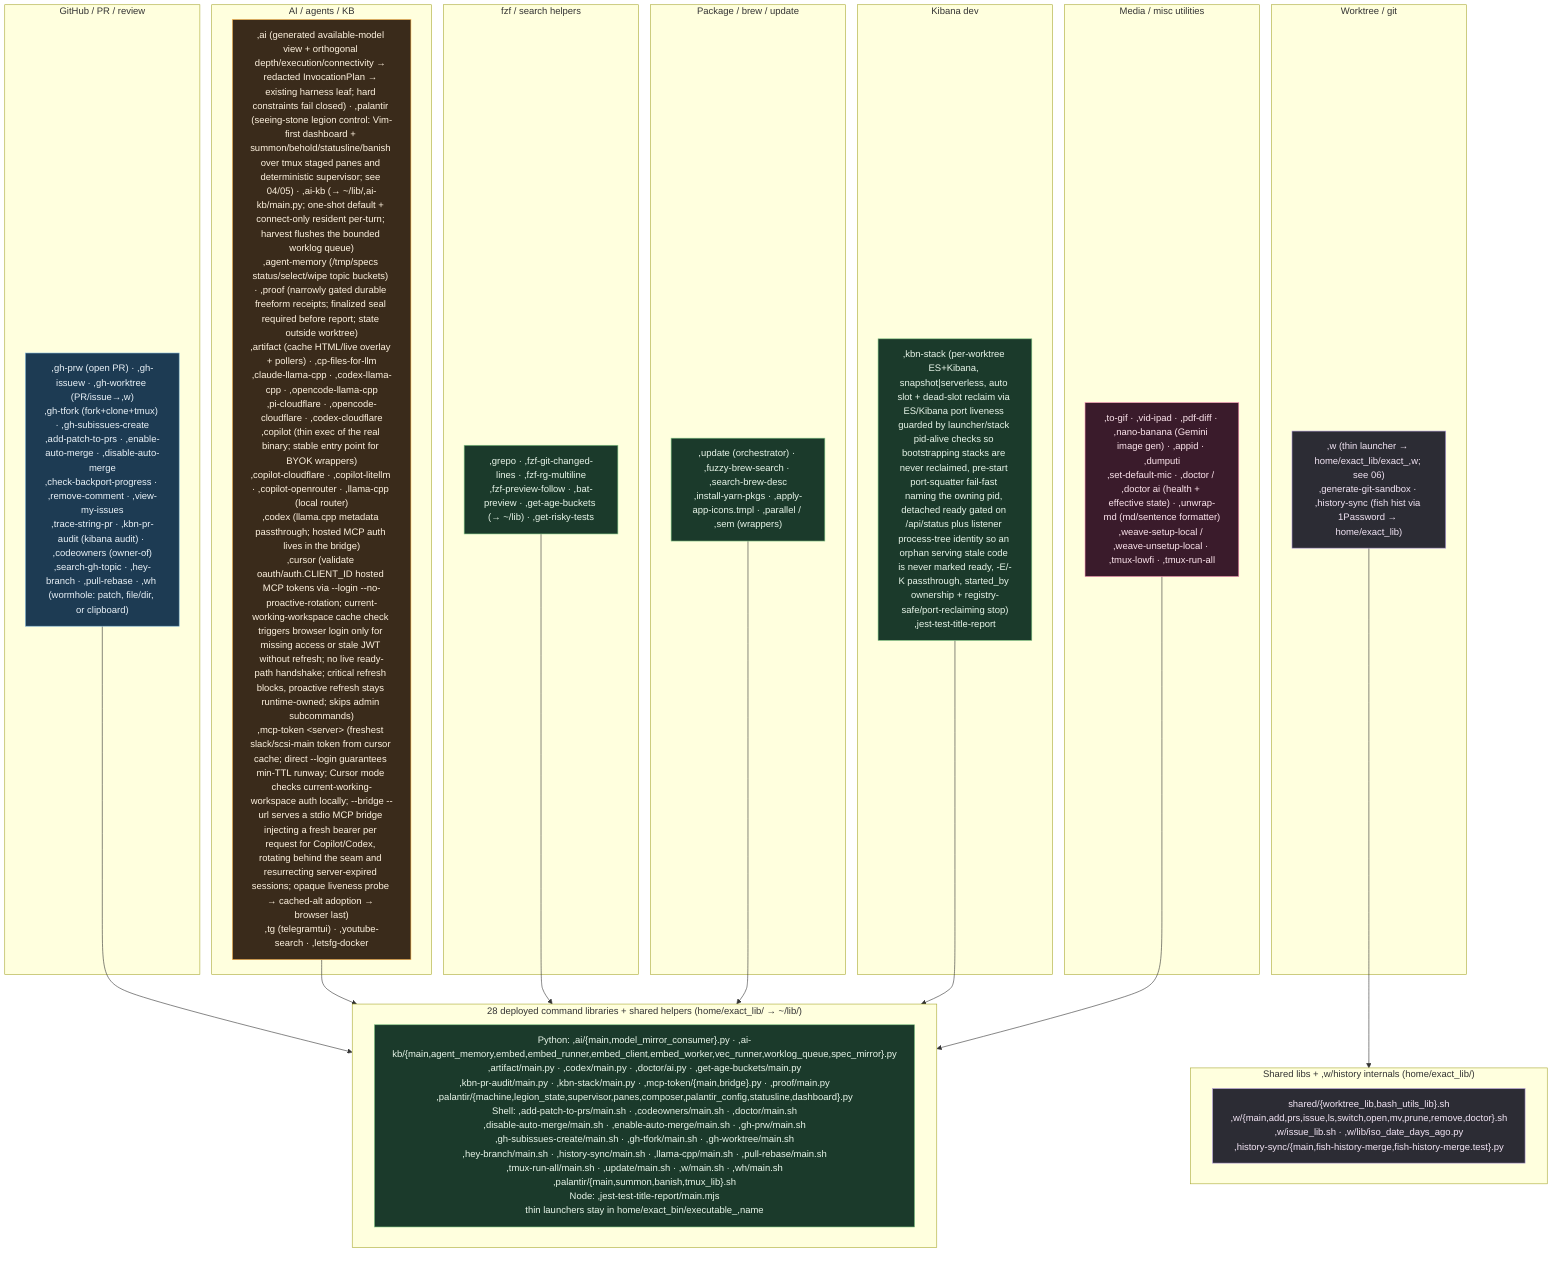
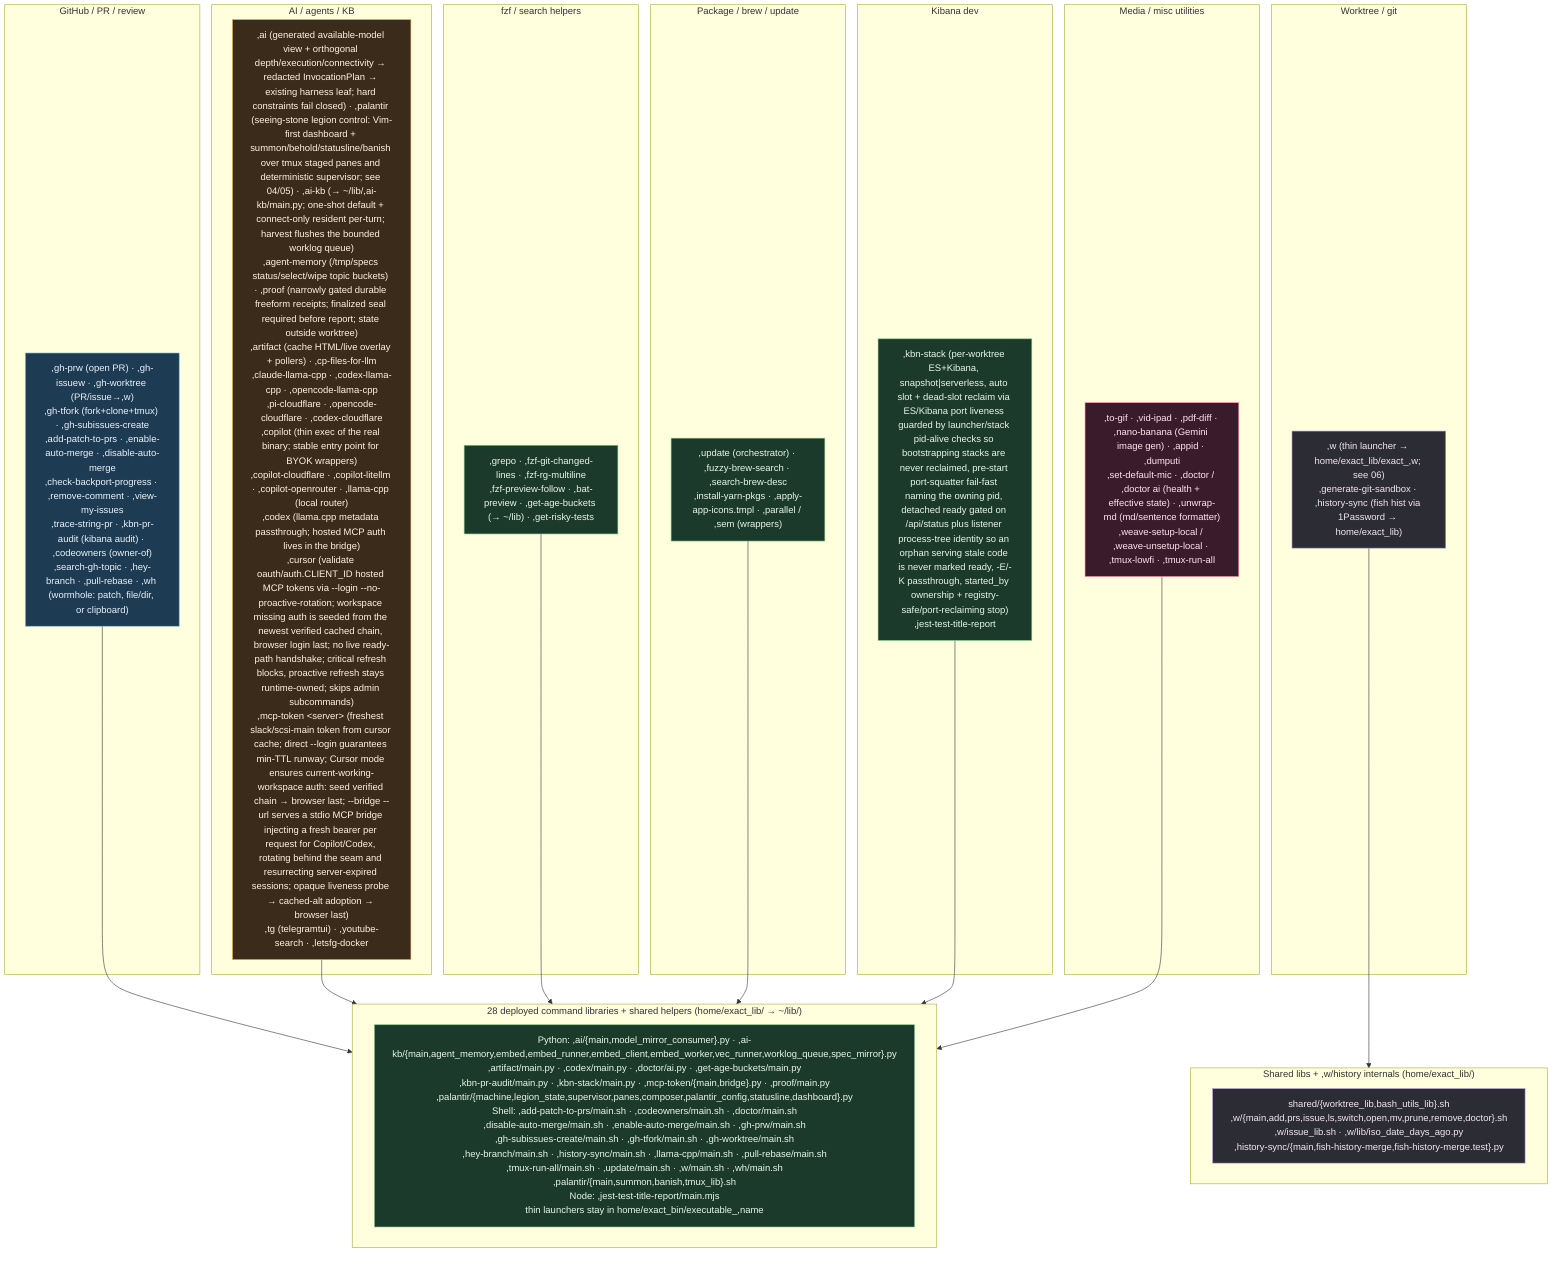
%% ============================================================================
%% 07c-bin-commands.mmd — Every thin command in home/exact_bin/ (74 thin commands)
%% plus deployed internals in home/exact_lib/ (66 command/shared library files).
%% executable_,* → ~/bin/,* (comma-prefixed user commands); home/exact_lib/exact_,name/
%% → ~/lib/,name/. verify-bin-surface keeps each command covered by fish
%% completions, docs, catalog, and non-orphaned command libraries.
%% ============================================================================
flowchart TB
    classDef gh fill:#1d3b53,stroke:#7fb3d5,color:#eaf2f8;
    classDef wt fill:#2c2c34,stroke:#b39ddb,color:#f3e5f5;
    classDef ai fill:#3a2b1b,stroke:#ffb74d,color:#fff3e0;
    classDef media fill:#3a1b2b,stroke:#f48fb1,color:#fce4ec;
    classDef sys fill:#1b3a2b,stroke:#81c784,color:#e8f5e9;

    subgraph GHC["GitHub / PR / review"]
        G[",gh-prw (open PR) · ,gh-issuew · ,gh-worktree (PR/issue→,w)<br/>,gh-tfork (fork+clone+tmux) · ,gh-subissues-create<br/>,add-patch-to-prs · ,enable-auto-merge · ,disable-auto-merge<br/>,check-backport-progress · ,remove-comment · ,view-my-issues<br/>,trace-string-pr · ,kbn-pr-audit (kibana audit) · ,codeowners (owner-of)<br/>,search-gh-topic · ,hey-branch · ,pull-rebase · ,wh (wormhole: patch, file/dir, or clipboard)"]:::gh
    end

    subgraph WTC["Worktree / git"]
        W[",w (thin launcher → home/exact_lib/exact_,w; see 06)<br/>,generate-git-sandbox · ,history-sync (fish hist via 1Password → home/exact_lib)"]:::wt
    end

    subgraph AIC["AI / agents / KB"]
-         A[",ai (generated available-model view + orthogonal depth/execution/connectivity → redacted InvocationPlan → existing harness leaf; hard constraints fail closed) · ,palantir (seeing-stone legion control: Vim-first dashboard + summon/behold/statusline/banish over tmux staged panes and deterministic supervisor; see 04/05) · ,ai-kb (→ ~/lib/,ai-kb/main.py; one-shot default + connect-only resident per-turn; harvest flushes the bounded worklog queue)<br/>,agent-memory (/tmp/specs status/select/wipe topic buckets) · ,proof (narrowly gated durable freeform receipts; finalized seal required before report; state outside worktree)<br/>,artifact (cache HTML/live overlay + pollers) · ,cp-files-for-llm<br/>,claude-llama-cpp · ,codex-llama-cpp · ,opencode-llama-cpp<br/>,pi-cloudflare · ,opencode-cloudflare · ,codex-cloudflare<br/>,copilot (thin exec of the real binary; stable entry point for BYOK wrappers)<br/>,copilot-cloudflare · ,copilot-litellm · ,copilot-openrouter · ,llama-cpp (local router)<br/>,codex (llama.cpp metadata passthrough; hosted MCP auth lives in the bridge)<br/>,cursor (validate oauth/auth.CLIENT_ID hosted MCP tokens via --login --no-proactive-rotation; current-working-workspace cache check triggers browser login only for missing access or stale JWT without refresh; no live ready-path handshake; critical refresh blocks, proactive refresh stays runtime-owned; skips admin subcommands)<br/>,mcp-token &lt;server&gt; (freshest slack/scsi-main token from cursor cache; direct --login guarantees min-TTL runway; Cursor mode checks current-working-workspace auth locally; --bridge --url serves a stdio MCP bridge injecting a fresh bearer per request for Copilot/Codex, rotating behind the seam and resurrecting server-expired sessions; opaque liveness probe → cached-alt adoption → browser last)<br/>,tg (telegramtui) · ,youtube-search · ,letsfg-docker"]:::ai
+         A[",ai (generated available-model view + orthogonal depth/execution/connectivity → redacted InvocationPlan → existing harness leaf; hard constraints fail closed) · ,palantir (seeing-stone legion control: Vim-first dashboard + summon/behold/statusline/banish over tmux staged panes and deterministic supervisor; see 04/05) · ,ai-kb (→ ~/lib/,ai-kb/main.py; one-shot default + connect-only resident per-turn; harvest flushes the bounded worklog queue)<br/>,agent-memory (/tmp/specs status/select/wipe topic buckets) · ,proof (narrowly gated durable freeform receipts; finalized seal required before report; state outside worktree)<br/>,artifact (cache HTML/live overlay + pollers) · ,cp-files-for-llm<br/>,claude-llama-cpp · ,codex-llama-cpp · ,opencode-llama-cpp<br/>,pi-cloudflare · ,opencode-cloudflare · ,codex-cloudflare<br/>,copilot (thin exec of the real binary; stable entry point for BYOK wrappers)<br/>,copilot-cloudflare · ,copilot-litellm · ,copilot-openrouter · ,llama-cpp (local router)<br/>,codex (llama.cpp metadata passthrough; hosted MCP auth lives in the bridge)<br/>,cursor (validate oauth/auth.CLIENT_ID hosted MCP tokens via --login --no-proactive-rotation; workspace missing auth is seeded from the newest verified cached chain, browser login last; no live ready-path handshake; critical refresh blocks, proactive refresh stays runtime-owned; skips admin subcommands)<br/>,mcp-token &lt;server&gt; (freshest slack/scsi-main token from cursor cache; direct --login guarantees min-TTL runway; Cursor mode ensures current-working-workspace auth: seed verified chain → browser last; --bridge --url serves a stdio MCP bridge injecting a fresh bearer per request for Copilot/Codex, rotating behind the seam and resurrecting server-expired sessions; opaque liveness probe → cached-alt adoption → browser last)<br/>,tg (telegramtui) · ,youtube-search · ,letsfg-docker"]:::ai
    end

    subgraph FZFC["fzf / search helpers"]
        F[",grepo · ,fzf-git-changed-lines · ,fzf-rg-multiline<br/>,fzf-preview-follow · ,bat-preview · ,get-age-buckets (→ ~/lib) · ,get-risky-tests"]:::sys
    end

    subgraph PKGC["Package / brew / update"]
        P[",update (orchestrator) · ,fuzzy-brew-search · ,search-brew-desc<br/>,install-yarn-pkgs · ,apply-app-icons.tmpl · ,parallel / ,sem (wrappers)"]:::sys
    end

    subgraph KBNC["Kibana dev"]
        K[",kbn-stack (per-worktree ES+Kibana, snapshot|serverless, auto slot + dead-slot reclaim via ES/Kibana port liveness guarded by launcher/stack pid-alive checks so bootstrapping stacks are never reclaimed, pre-start port-squatter fail-fast naming the owning pid, detached ready gated on /api/status plus listener process-tree identity so an orphan serving stale code is never marked ready, -E/-K passthrough, started_by ownership + registry-safe/port-reclaiming stop)<br/>,jest-test-title-report"]:::sys
    end

    subgraph MEDIA["Media / misc utilities"]
        M[",to-gif · ,vid-ipad · ,pdf-diff · ,nano-banana (Gemini image gen) · ,appid · ,dumputi<br/>,set-default-mic · ,doctor / ,doctor ai (health + effective state) · ,unwrap-md (md/sentence formatter)<br/>,weave-setup-local / ,weave-unsetup-local · ,tmux-lowfi · ,tmux-run-all"]:::media
    end

    subgraph LIBS["Shared libs + ,w/history internals (home/exact_lib/)"]
        L["shared/{worktree_lib,bash_utils_lib}.sh<br/>,w/{main,add,prs,issue,ls,switch,open,mv,prune,remove,doctor}.sh<br/>,w/issue_lib.sh · ,w/lib/iso_date_days_ago.py<br/>,history-sync/{main,fish-history-merge,fish-history-merge.test}.py"]:::wt
    end
    W --> LIBS

    subgraph CMDLIBS["28 deployed command libraries + shared helpers (home/exact_lib/ → ~/lib/)"]
        CL["Python: ,ai/{main,model_mirror_consumer}.py · ,ai-kb/{main,agent_memory,embed,embed_runner,embed_client,embed_worker,vec_runner,worklog_queue,spec_mirror}.py<br/>,artifact/main.py · ,codex/main.py · ,doctor/ai.py · ,get-age-buckets/main.py<br/>,kbn-pr-audit/main.py · ,kbn-stack/main.py · ,mcp-token/{main,bridge}.py · ,proof/main.py<br/>,palantir/{machine,legion_state,supervisor,panes,composer,palantir_config,statusline,dashboard}.py<br/>Shell: ,add-patch-to-prs/main.sh · ,codeowners/main.sh · ,doctor/main.sh<br/>,disable-auto-merge/main.sh · ,enable-auto-merge/main.sh · ,gh-prw/main.sh<br/>,gh-subissues-create/main.sh · ,gh-tfork/main.sh · ,gh-worktree/main.sh<br/>,hey-branch/main.sh · ,history-sync/main.sh · ,llama-cpp/main.sh · ,pull-rebase/main.sh<br/>,tmux-run-all/main.sh · ,update/main.sh · ,w/main.sh · ,wh/main.sh<br/>,palantir/{main,summon,banish,tmux_lib}.sh<br/>Node: ,jest-test-title-report/main.mjs<br/>thin launchers stay in home/exact_bin/executable_,name"]:::sys
    end
    G --> CMDLIBS
    A --> CMDLIBS
    F --> CMDLIBS
    P --> CMDLIBS
    K --> CMDLIBS
    M --> CMDLIBS
